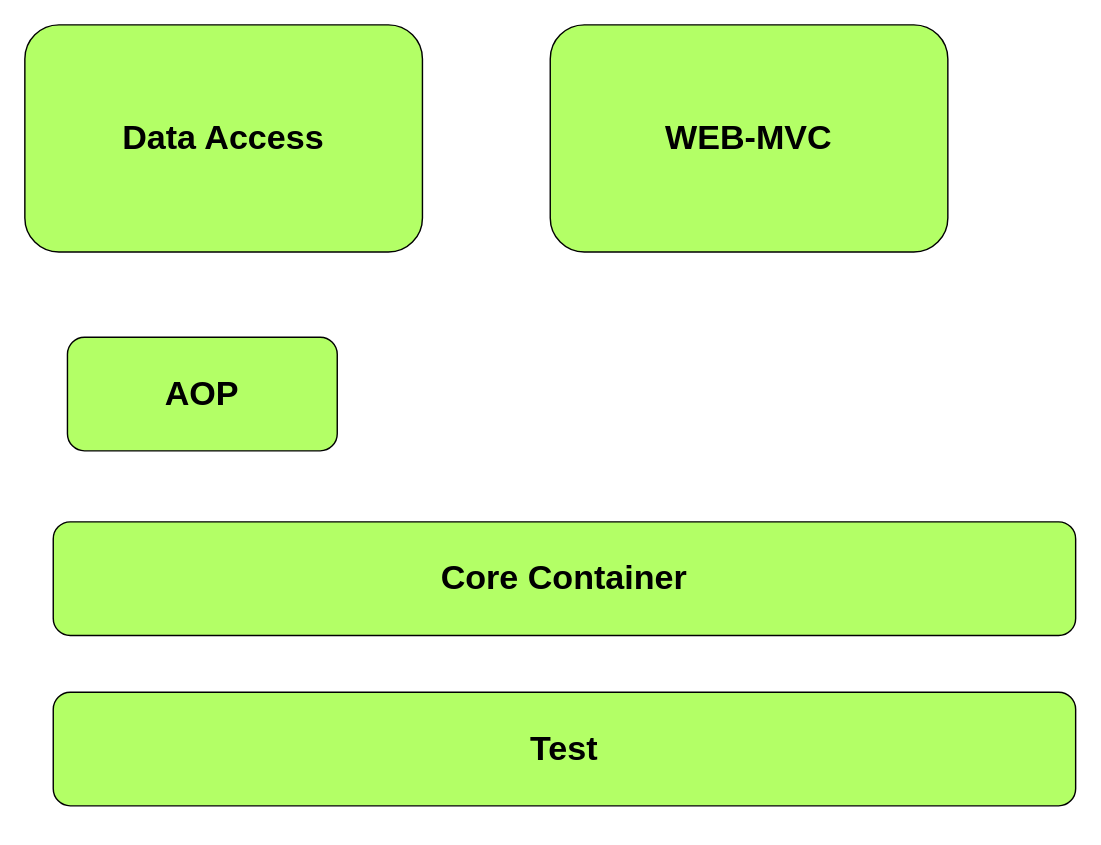
This is Spring相关.drawio from beyondgogogo/Graph, a draw.io file, before an edit. Source tidied: cells renumbered, new cells numbered last; positions are measured from the earlier drawing's top-left corner, leaving out a move shared by most shapes. Both pictures are drawn from the tidied source at 142%, with x=0, y=0 at pixel (24, 24).
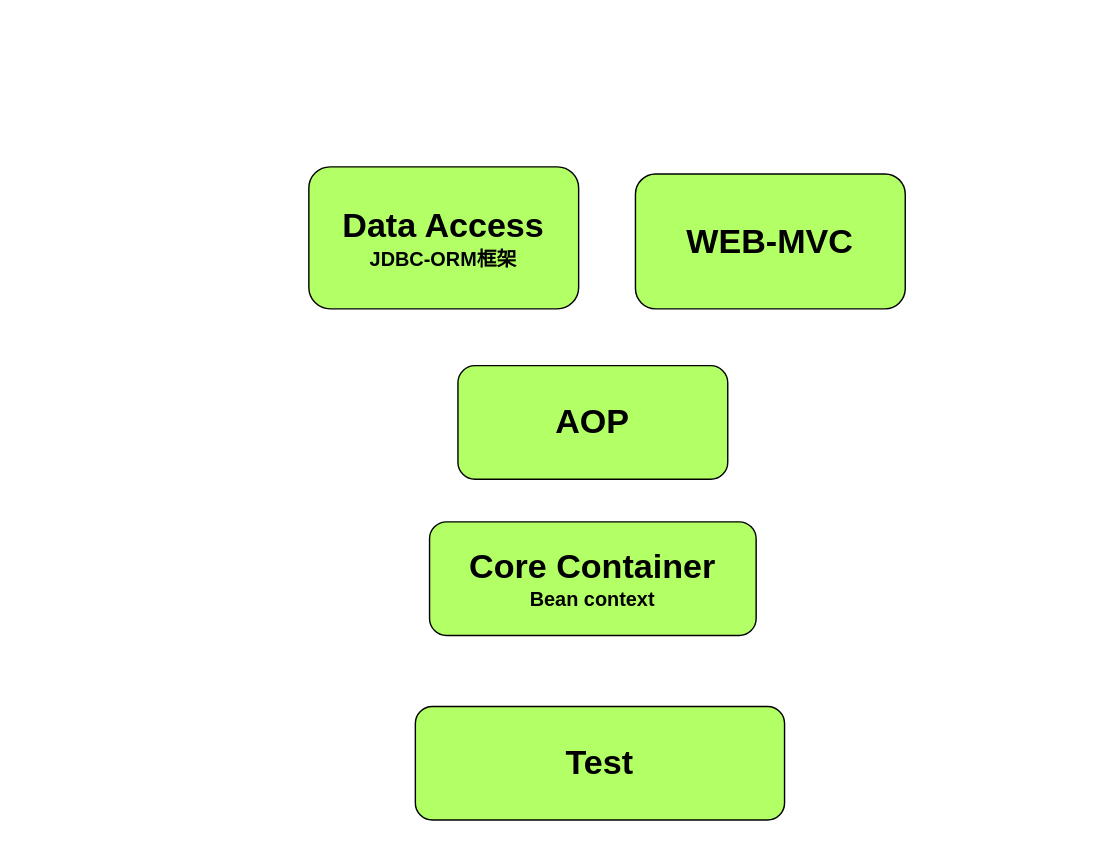
The same page after the edit.

Change to the diagram source:
```diff
@@
 <mxGraphModel>
   <root>
     <mxCell id="0" />
     <mxCell id="1" parent="0" />
     <mxCell id="2" value="&lt;font style=&quot;font-size: 24px;&quot;&gt;&lt;b&gt;Test&lt;/b&gt;&lt;/font&gt;" style="rounded=1;whiteSpace=wrap;html=1;fillColor=#B3FF66;" parent="1" vertex="1">
-      <mxGeometry x="20" y="470" width="720" height="80" as="geometry" />
+      <mxGeometry x="275" y="480" width="260" height="80" as="geometry" />
     </mxCell>
-    <mxCell id="3" value="&lt;font style=&quot;font-size: 24px;&quot;&gt;&lt;b&gt;Core Container&lt;/b&gt;&lt;/font&gt;" style="rounded=1;whiteSpace=wrap;html=1;fillColor=#B3FF66;" parent="1" vertex="1">
-      <mxGeometry x="20" y="350" width="720" height="80" as="geometry" />
+    <mxCell id="3" value="&lt;font style=&quot;&quot;&gt;&lt;b style=&quot;&quot;&gt;&lt;span style=&quot;font-size: 24px;&quot;&gt;Core Container&lt;/span&gt;&lt;br&gt;&lt;font style=&quot;font-size: 14px;&quot;&gt;Bean context&lt;/font&gt;&lt;/b&gt;&lt;/font&gt;" style="rounded=1;whiteSpace=wrap;html=1;fillColor=#B3FF66;" parent="1" vertex="1">
+      <mxGeometry x="285" y="350" width="230" height="80" as="geometry" />
     </mxCell>
     <mxCell id="4" value="&lt;font style=&quot;font-size: 24px;&quot;&gt;&lt;b&gt;AOP&lt;/b&gt;&lt;/font&gt;" style="rounded=1;whiteSpace=wrap;html=1;fillColor=#B3FF66;" parent="1" vertex="1">
-      <mxGeometry x="30" y="220" width="190" height="80" as="geometry" />
+      <mxGeometry x="305" y="240" width="190" height="80" as="geometry" />
     </mxCell>
-    <mxCell id="5" value="&lt;font style=&quot;font-size: 24px;&quot;&gt;&lt;b&gt;Data Access&lt;/b&gt;&lt;/font&gt;" style="rounded=1;whiteSpace=wrap;html=1;fillColor=#B3FF66;" parent="1" vertex="1">
-      <mxGeometry width="280" height="160" as="geometry" />
+    <mxCell id="5" value="&lt;font style=&quot;font-size: 24px;&quot;&gt;&lt;b&gt;Data Access&lt;/b&gt;&lt;/font&gt;&lt;div&gt;&lt;font style=&quot;font-size: 14px;&quot;&gt;&lt;b style=&quot;&quot;&gt;JDBC-ORM框架&lt;/b&gt;&lt;/font&gt;&lt;/div&gt;" style="rounded=1;whiteSpace=wrap;html=1;fillColor=#B3FF66;" parent="1" vertex="1">
+      <mxGeometry x="200" y="100" width="190" height="100" as="geometry" />
     </mxCell>
     <mxCell id="6" value="&lt;font style=&quot;font-size: 24px;&quot;&gt;&lt;b&gt;WEB-MVC&lt;/b&gt;&lt;/font&gt;" style="rounded=1;whiteSpace=wrap;html=1;fillColor=#B3FF66;" parent="1" vertex="1">
-      <mxGeometry x="370" width="280" height="160" as="geometry" />
+      <mxGeometry x="430" y="105" width="190" height="95" as="geometry" />
     </mxCell>
   </root>
 </mxGraphModel>
```
